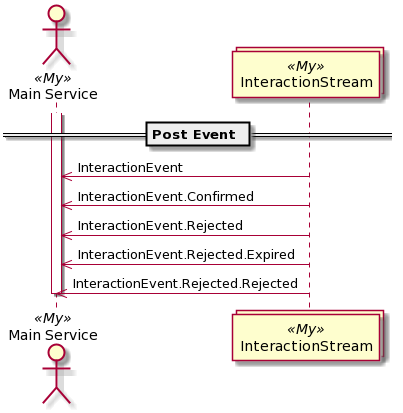
TypedUseCase/tuc-console keeps this PlantUML diagram as docs/tuc/examples/read-event.png. Above is the earlier version.
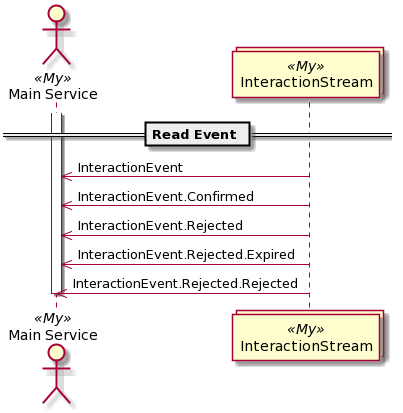
After the change.

The edit, as a diff of the source:
```diff
@@ -1,7 +1,7 @@
 @startuml
 
 
-== Post Event ==
+== Read Event ==
 
 actor "Main Service" as MainService <<My>>
 collections "InteractionStream" as InteractionStream <<My>>
```
